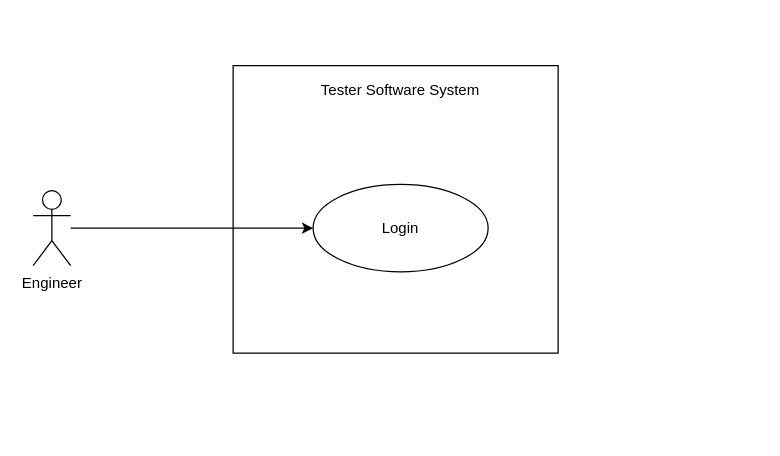
Earlier version of the draw.io diagram page "Login" (18 of 18) of SG9KG5/UI Design/Use Case.drawio (Jasson-Chou/Software-Projects). Source tidied: cells renumbered, new cells numbered last; positions are measured from the earlier drawing's top-left corner, leaving out a move shared by most shapes. Both pictures are drawn from the tidied source at 125%, with x=0, y=0 at pixel (32, 65).
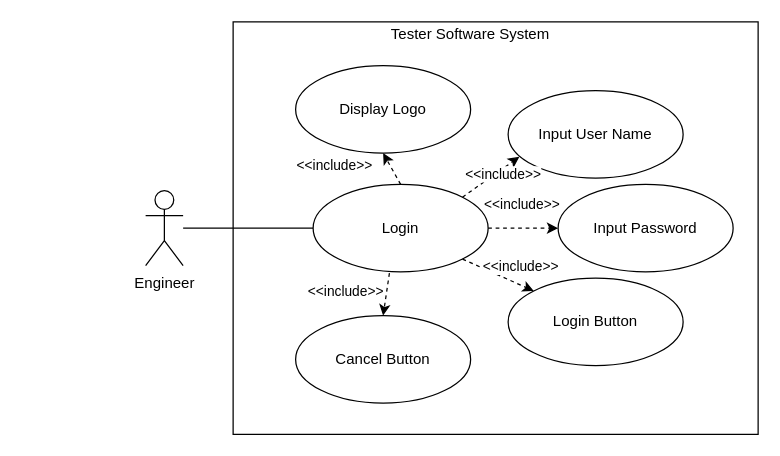
The same diagram, later.

Unchanged cells that the change refers to:
```xml
<mxCell id="6" value="Login" style="ellipse;whiteSpace=wrap;html=1;" parent="1" vertex="1">
  <mxGeometry x="224" y="95" width="140" height="70" as="geometry" />
</mxCell>
```

Diff of the diagram source:
```diff
@@
     <mxCell id="2" style="rounded=0;whiteSpace=wrap;html=1;" parent="1" vertex="1">
-      <mxGeometry x="160" width="260" height="230" as="geometry" />
+      <mxGeometry x="160" y="-35" width="420" height="330" as="geometry" />
     </mxCell>
-    <mxCell id="3" style="edgeStyle=orthogonalEdgeStyle;rounded=0;jettySize=auto;html=1;entryX=0;entryY=0.5;entryDx=0;entryDy=0;" parent="1" edge="1" source="4" target="6">
+    <mxCell id="3" style="edgeStyle=orthogonalEdgeStyle;rounded=0;jettySize=auto;html=1;entryX=0;entryY=0.5;entryDx=0;entryDy=0;endArrow=none;endFill=0;" parent="1" edge="1" source="4" target="6">
       <mxGeometry relative="1" as="geometry" />
     </mxCell>
     <mxCell id="4" value="Engineer" style="shape=umlActor;verticalLabelPosition=bottom;verticalAlign=top;html=1;outlineConnect=0;" parent="1" vertex="1">
-      <mxGeometry y="100" width="30" height="60" as="geometry" />
+      <mxGeometry x="90" y="100" width="30" height="60" as="geometry" />
     </mxCell>
     <mxCell id="5" value="Tester Software System" style="text;html=1;strokeColor=none;fillColor=none;align=center;verticalAlign=middle;whiteSpace=wrap;rounded=0;" parent="1" vertex="1">
-      <mxGeometry x="196" y="10" width="196" height="20" as="geometry" />
+      <mxGeometry x="252" y="-35" width="196" height="20" as="geometry" />
     </mxCell>
@@
+    <mxCell id="7" value="Display Logo" style="ellipse;whiteSpace=wrap;html=1;" parent="1" vertex="1">
+      <mxGeometry x="210" width="140" height="70" as="geometry" />
+    </mxCell>
+    <mxCell id="8" value="Input User Name" style="ellipse;whiteSpace=wrap;html=1;" parent="1" vertex="1">
+      <mxGeometry x="380" y="20" width="140" height="70" as="geometry" />
+    </mxCell>
+    <mxCell id="9" value="Input Password" style="ellipse;whiteSpace=wrap;html=1;" parent="1" vertex="1">
+      <mxGeometry x="420" y="95" width="140" height="70" as="geometry" />
+    </mxCell>
+    <mxCell id="10" value="Cancel Button" style="ellipse;whiteSpace=wrap;html=1;" parent="1" vertex="1">
+      <mxGeometry x="210" y="200" width="140" height="70" as="geometry" />
+    </mxCell>
+    <mxCell id="11" value="Login Button" style="ellipse;whiteSpace=wrap;html=1;" parent="1" vertex="1">
+      <mxGeometry x="380" y="170" width="140" height="70" as="geometry" />
+    </mxCell>
+    <mxCell id="12" style="edgeStyle=none;rounded=0;jettySize=auto;html=1;exitX=0.5;exitY=0;exitDx=0;exitDy=0;endArrow=classic;endFill=1;entryX=0.5;entryY=1;entryDx=0;entryDy=0;dashed=1;" parent="1" edge="1" source="6" target="7">
+      <mxGeometry relative="1" as="geometry" />
+    </mxCell>
+    <mxCell id="13" value="&amp;lt;&amp;lt;include&amp;gt;&amp;gt;" style="edgeLabel;html=1;align=center;verticalAlign=middle;" parent="12" vertex="1">
+      <mxGeometry x="0.31" y="-3" relative="1" as="geometry">
+        <mxPoint x="-47.3" y="3" as="offset" />
+      </mxGeometry>
+    </mxCell>
+    <mxCell id="14" style="edgeStyle=none;rounded=0;jettySize=auto;html=1;exitX=1;exitY=0;exitDx=0;exitDy=0;endArrow=classic;endFill=1;entryX=0.064;entryY=0.757;entryDx=0;entryDy=0;entryPerimeter=0;dashed=1;" parent="1" edge="1" source="6" target="8">
+      <mxGeometry relative="1" as="geometry" />
+    </mxCell>
+    <mxCell id="15" value="&amp;lt;&amp;lt;include&amp;gt;&amp;gt;" style="edgeLabel;html=1;align=center;verticalAlign=middle;" parent="14" vertex="1">
+      <mxGeometry x="0.31" y="-3" relative="1" as="geometry" />
+    </mxCell>
+    <mxCell id="16" style="edgeStyle=none;rounded=0;jettySize=auto;html=1;exitX=1;exitY=0.5;exitDx=0;exitDy=0;endArrow=classic;endFill=1;entryX=0;entryY=0.5;entryDx=0;entryDy=0;dashed=1;" parent="1" edge="1" source="6" target="9">
+      <mxGeometry relative="1" as="geometry" />
+    </mxCell>
+    <mxCell id="17" value="&amp;lt;&amp;lt;include&amp;gt;&amp;gt;" style="edgeLabel;html=1;align=center;verticalAlign=middle;" parent="16" vertex="1">
+      <mxGeometry x="0.31" y="-3" relative="1" as="geometry">
+        <mxPoint x="-11" y="-23" as="offset" />
+      </mxGeometry>
+    </mxCell>
+    <mxCell id="18" style="edgeStyle=none;rounded=0;jettySize=auto;html=1;exitX=1;exitY=1;exitDx=0;exitDy=0;endArrow=classic;endFill=1;entryX=0;entryY=0;entryDx=0;entryDy=0;dashed=1;" parent="1" edge="1" source="6" target="11">
+      <mxGeometry relative="1" as="geometry" />
+    </mxCell>
+    <mxCell id="19" value="&amp;lt;&amp;lt;include&amp;gt;&amp;gt;" style="edgeLabel;html=1;align=center;verticalAlign=middle;" parent="18" vertex="1">
+      <mxGeometry x="0.31" y="-3" relative="1" as="geometry">
+        <mxPoint x="10.3" y="-14.2" as="offset" />
+      </mxGeometry>
+    </mxCell>
+    <mxCell id="20" style="edgeStyle=none;rounded=0;jettySize=auto;html=1;exitX=0.436;exitY=1.014;exitDx=0;exitDy=0;endArrow=classic;endFill=1;entryX=0.5;entryY=0;entryDx=0;entryDy=0;dashed=1;exitPerimeter=0;" parent="1" edge="1" source="6" target="10">
+      <mxGeometry relative="1" as="geometry" />
+    </mxCell>
+    <mxCell id="21" value="&amp;lt;&amp;lt;include&amp;gt;&amp;gt;" style="edgeLabel;html=1;align=center;verticalAlign=middle;" parent="20" vertex="1">
+      <mxGeometry x="0.31" y="-3" relative="1" as="geometry">
+        <mxPoint x="-28.9" y="-7.3" as="offset" />
+      </mxGeometry>
+    </mxCell>
```
